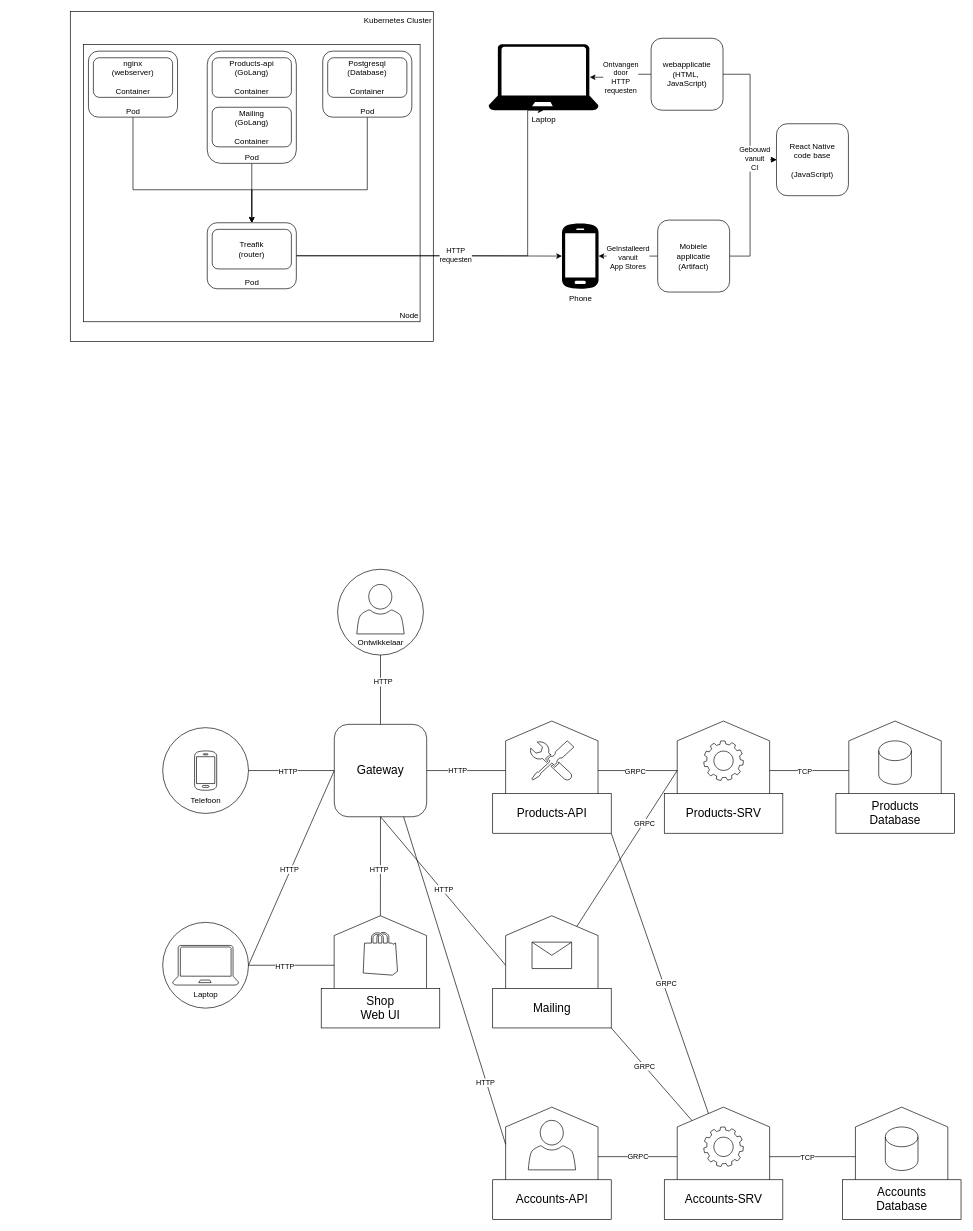
Before: page "Page-10" (10 of 12) of cli app.drawio in luukvankooten/draw.io, a draw.io diagram. Source tidied: cells renumbered, new cells numbered last; positions are measured from the earlier drawing's top-left corner, leaving out a move shared by most shapes. Both pictures are drawn from the tidied source at 66%, with x=0, y=0 at pixel (70, 11).
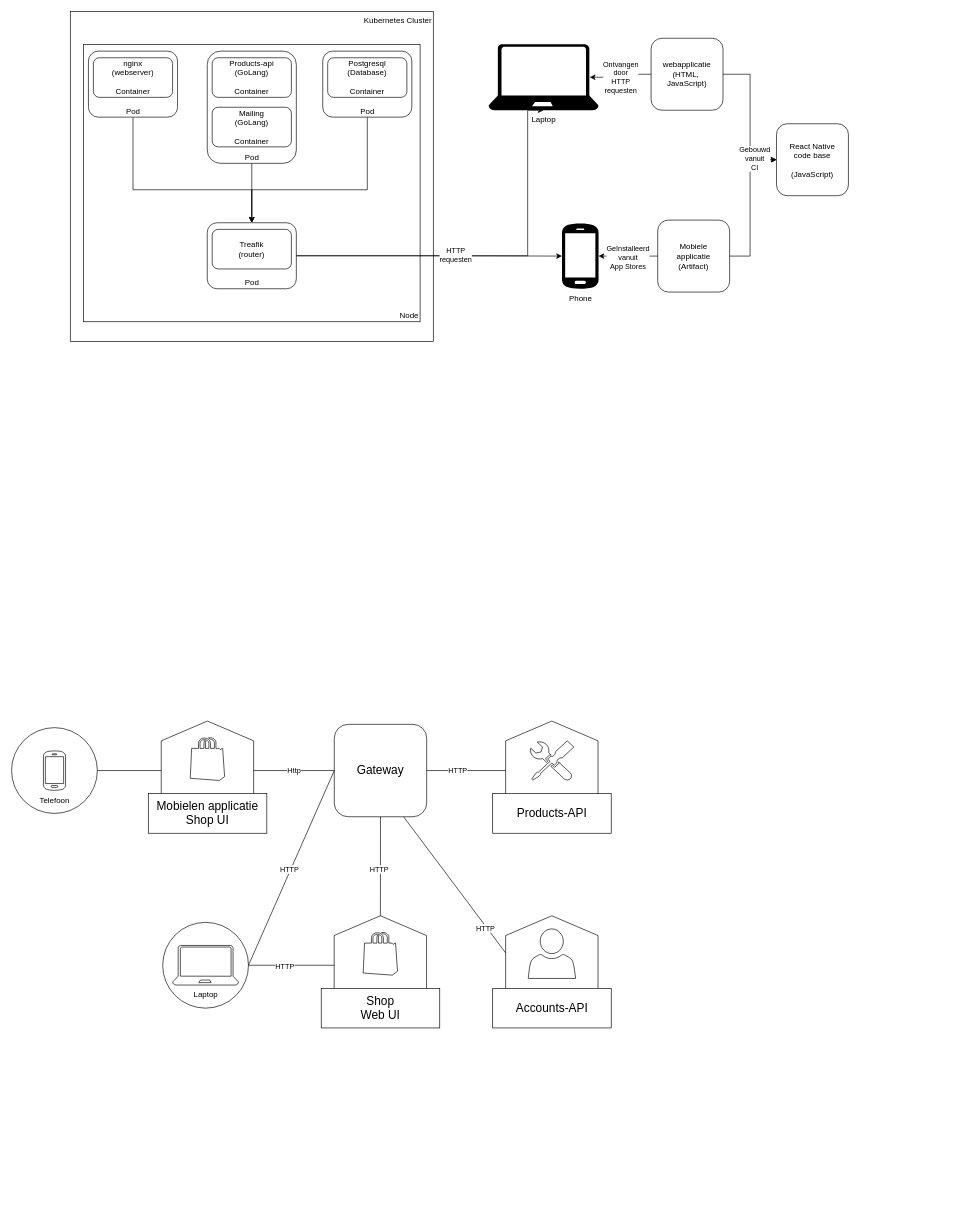
The same diagram, later.

Unchanged cells that the change refers to:
```xml
<mxCell id="42" value="&lt;div style=&quot;font-size: 18px;&quot;&gt;&lt;font style=&quot;font-size: 18px;&quot;&gt;Gateway&lt;font style=&quot;font-size: 18px;&quot;&gt;&lt;br&gt;&lt;/font&gt;&lt;/font&gt;&lt;/div&gt;" style="rounded=1;whiteSpace=wrap;html=1;fillColor=none;" parent="1" vertex="1">
  <mxGeometry x="400" y="1080" width="140" height="140" as="geometry" />
</mxCell>
<mxCell id="48" style="shape=hexagon;perimeter=hexagonPerimeter2;whiteSpace=wrap;html=1;fixedSize=1;rotation=90;size=30;fillColor=none;" parent="47" vertex="1">
  <mxGeometry x="14.6" y="5" width="150" height="140" as="geometry" />
</mxCell>
<mxCell id="49" value="&lt;font style=&quot;font-size: 18px;&quot;&gt;Products-API&lt;/font&gt;" style="rounded=0;whiteSpace=wrap;html=1;fillColor=default;" parent="47" vertex="1">
  <mxGeometry y="110" width="179.6" height="60" as="geometry" />
</mxCell>
<mxCell id="85" style="shape=hexagon;perimeter=hexagonPerimeter2;whiteSpace=wrap;html=1;fixedSize=1;rotation=90;size=30;fillColor=none;" parent="84" vertex="1">
  <mxGeometry x="14.6" y="5" width="150" height="140" as="geometry" />
</mxCell>
```

Diff of the diagram source:
```diff
@@
-    <mxCell id="34" style="group;" parent="1" vertex="1">
-      <mxGeometry x="140" y="1085" width="130" height="130" as="geometry" />
-    </mxCell>
-    <mxCell id="35" style="ellipse;whiteSpace=wrap;html=1;fillColor=none;" parent="34" vertex="1">
-      <mxGeometry width="130" height="130" as="geometry" />
-    </mxCell>
-    <mxCell id="36" style="group;" parent="34" vertex="1">
-      <mxGeometry width="130" height="130" as="geometry" />
-    </mxCell>
-    <mxCell id="37" value="Telefoon" style="sketch=0;shadow=0;dashed=0;html=1;strokeColor=default;fillColor=none;labelPosition=center;verticalLabelPosition=bottom;verticalAlign=top;align=center;shape=mxgraph.office.devices.cell_phone_android_proportional;" parent="36" vertex="1">
-      <mxGeometry x="48.3" y="34.5" width="33.5" height="61" as="geometry" />
-    </mxCell>
@@
+    <mxCell id="103" value="Http" style="edgeStyle=orthogonalEdgeStyle;rounded=0;jettySize=auto;html=1;entryX=0.5;entryY=0;entryDx=0;entryDy=0;endArrow=none;endFill=0;" parent="1" edge="1" source="42" target="105">
+      <mxGeometry relative="1" as="geometry" />
+    </mxCell>
@@
-    <mxCell id="43" style="rounded=0;jettySize=auto;html=1;entryX=0;entryY=0.5;entryDx=0;entryDy=0;endArrow=none;endFill=0;" parent="1" edge="1" source="35" target="42">
-      <mxGeometry relative="1" as="geometry" />
-    </mxCell>
-    <mxCell id="44" value="HTTP" style="edgeLabel;html=1;align=center;verticalAlign=middle;" parent="43" vertex="1">
-      <mxGeometry x="-0.1" relative="1" as="geometry" />
-    </mxCell>
@@
-    <mxCell id="51" style="group;" parent="1" vertex="1">
-      <mxGeometry x="1160" y="1075" width="179.6" height="170" as="geometry" />
-    </mxCell>
-    <mxCell id="52" style="shape=hexagon;perimeter=hexagonPerimeter2;whiteSpace=wrap;html=1;fixedSize=1;rotation=90;size=30;fillColor=none;" parent="51" vertex="1">
-      <mxGeometry x="14.6" y="5" width="150" height="140" as="geometry" />
-    </mxCell>
-    <mxCell id="53" style="shape=cylinder3;whiteSpace=wrap;html=1;boundedLbl=1;backgroundOutline=1;size=15;fillColor=none;" parent="51" vertex="1">
-      <mxGeometry x="64.9" y="30" width="49.5" height="66" as="geometry" />
-    </mxCell>
-    <mxCell id="54" value="&lt;font style=&quot;font-size: 18px;&quot;&gt;Products&lt;/font&gt;&lt;div&gt;&lt;font style=&quot;font-size: 18px;&quot;&gt;Database&lt;/font&gt;&lt;/div&gt;" style="rounded=0;whiteSpace=wrap;html=1;" parent="51" vertex="1">
-      <mxGeometry y="110" width="179.6" height="60" as="geometry" />
-    </mxCell>
@@
-    <mxCell id="63" style="group;" parent="1" vertex="1">
-      <mxGeometry x="640" y="1370" width="179.6" height="170" as="geometry" />
-    </mxCell>
-    <mxCell id="64" style="shape=hexagon;perimeter=hexagonPerimeter2;whiteSpace=wrap;html=1;fixedSize=1;rotation=90;size=30;fillColor=none;" parent="63" vertex="1">
-      <mxGeometry x="14.6" y="5" width="150" height="140" as="geometry" />
-    </mxCell>
-    <mxCell id="65" value="&lt;font style=&quot;font-size: 18px;&quot;&gt;Mailing&lt;/font&gt;" style="rounded=0;whiteSpace=wrap;html=1;" parent="63" vertex="1">
-      <mxGeometry y="110" width="179.6" height="60" as="geometry" />
-    </mxCell>
-    <mxCell id="66" style="shape=message;html=1;html=1;labelPosition=center;verticalLabelPosition=bottom;align=center;verticalAlign=top;fillColor=none;" parent="63" vertex="1">
-      <mxGeometry x="59.6" y="40" width="60" height="40" as="geometry" />
-    </mxCell>
-    <mxCell id="67" style="rounded=0;jettySize=auto;html=1;entryX=0.5;entryY=1;entryDx=0;entryDy=0;endArrow=none;endFill=0;exitX=0.5;exitY=1;exitDx=0;exitDy=0;" parent="1" edge="1" source="64" target="42">
-      <mxGeometry relative="1" as="geometry" />
-    </mxCell>
-    <mxCell id="68" value="HTTP" style="edgeLabel;html=1;align=center;verticalAlign=middle;" parent="67" vertex="1">
-      <mxGeometry x="0.01" y="-3" relative="1" as="geometry" />
-    </mxCell>
-    <mxCell id="69" style="group;" parent="1" vertex="1">
-      <mxGeometry x="405" y="845" width="130" height="130" as="geometry" />
-    </mxCell>
-    <mxCell id="70" style="ellipse;whiteSpace=wrap;html=1;fillColor=none;" parent="69" vertex="1">
-      <mxGeometry width="130" height="130" as="geometry" />
-    </mxCell>
-    <mxCell id="71" value="Ontwikkelaar" style="sketch=0;shadow=0;dashed=0;html=1;strokeColor=default;fillColor=none;labelPosition=center;verticalLabelPosition=bottom;verticalAlign=top;align=center;shape=mxgraph.office.users.user;" parent="69" vertex="1">
-      <mxGeometry x="29.1" y="23" width="71.8" height="75" as="geometry" />
-    </mxCell>
-    <mxCell id="72" style="edgeStyle=orthogonalEdgeStyle;rounded=0;jettySize=auto;html=1;endArrow=none;endFill=0;" parent="1" edge="1" source="70" target="42">
-      <mxGeometry relative="1" as="geometry" />
-    </mxCell>
-    <mxCell id="73" value="HTTP" style="edgeLabel;html=1;align=center;verticalAlign=middle;" parent="72" vertex="1">
-      <mxGeometry x="-0.24" y="3" relative="1" as="geometry" />
-    </mxCell>
-    <mxCell id="74" style="group;" parent="1" vertex="1">
-      <mxGeometry x="900" y="1075" width="179.6" height="170" as="geometry" />
-    </mxCell>
-    <mxCell id="75" style="shape=hexagon;perimeter=hexagonPerimeter2;whiteSpace=wrap;html=1;fixedSize=1;rotation=90;size=30;fillColor=none;" parent="74" vertex="1">
-      <mxGeometry x="14.6" y="5" width="150" height="140" as="geometry" />
-    </mxCell>
-    <mxCell id="76" value="&lt;font style=&quot;font-size: 18px;&quot;&gt;Products-SRV&lt;/font&gt;" style="rounded=0;whiteSpace=wrap;html=1;" parent="74" vertex="1">
-      <mxGeometry y="110" width="179.6" height="60" as="geometry" />
-    </mxCell>
-    <mxCell id="77" style="sketch=0;html=1;strokeColor=default;shadow=0;fillColor=none;verticalAlign=top;labelPosition=center;verticalLabelPosition=bottom;shape=mxgraph.gcp2.gear;" parent="74" vertex="1">
-      <mxGeometry x="59.8" y="30" width="60" height="60" as="geometry" />
-    </mxCell>
-    <mxCell id="78" style="edgeStyle=orthogonalEdgeStyle;rounded=0;jettySize=auto;html=1;entryX=0.5;entryY=1;entryDx=0;entryDy=0;endArrow=none;endFill=0;" parent="1" edge="1" source="48" target="75">
-      <mxGeometry relative="1" as="geometry" />
-    </mxCell>
-    <mxCell id="79" value="GRPC" style="edgeLabel;html=1;align=center;verticalAlign=middle;" parent="78" vertex="1">
-      <mxGeometry x="-0.12" relative="1" as="geometry">
-        <mxPoint x="3" as="offset" />
-      </mxGeometry>
-    </mxCell>
-    <mxCell id="80" style="rounded=0;jettySize=auto;html=1;entryX=0.5;entryY=1;entryDx=0;entryDy=0;endArrow=none;endFill=0;" parent="1" edge="1" source="64" target="75">
-      <mxGeometry relative="1" as="geometry" />
-    </mxCell>
-    <mxCell id="81" value="GRPC" style="edgeLabel;html=1;align=center;verticalAlign=middle;" parent="80" vertex="1">
-      <mxGeometry x="-0.07" y="-5" relative="1" as="geometry">
-        <mxPoint x="27" y="-49" as="offset" />
-      </mxGeometry>
-    </mxCell>
-    <mxCell id="82" style="rounded=0;jettySize=auto;html=1;endArrow=none;endFill=0;" parent="1" edge="1" source="75" target="52">
-      <mxGeometry relative="1" as="geometry" />
-    </mxCell>
-    <mxCell id="83" value="TCP" style="edgeLabel;html=1;align=center;verticalAlign=middle;" parent="82" vertex="1">
-      <mxGeometry x="-0.1" y="-1" relative="1" as="geometry">
-        <mxPoint x="-1" as="offset" />
-      </mxGeometry>
-    </mxCell>
     <mxCell id="84" style="group;" parent="1" vertex="1">
-      <mxGeometry x="640" y="1660" width="179.6" height="170" as="geometry" />
+      <mxGeometry x="640" y="1370" width="179.6" height="170" as="geometry" />
     </mxCell>
@@
-    <mxCell id="88" style="group;" parent="1" vertex="1">
-      <mxGeometry x="900" y="1660" width="179.6" height="170" as="geometry" />
-    </mxCell>
-    <mxCell id="89" style="shape=hexagon;perimeter=hexagonPerimeter2;whiteSpace=wrap;html=1;fixedSize=1;rotation=90;size=30;fillColor=none;" parent="88" vertex="1">
-      <mxGeometry x="14.6" y="5" width="150" height="140" as="geometry" />
-    </mxCell>
-    <mxCell id="90" value="&lt;font style=&quot;font-size: 18px;&quot;&gt;Accounts-SRV&lt;/font&gt;" style="rounded=0;whiteSpace=wrap;html=1;" parent="88" vertex="1">
-      <mxGeometry y="110" width="179.6" height="60" as="geometry" />
-    </mxCell>
-    <mxCell id="91" style="sketch=0;html=1;strokeColor=default;shadow=0;fillColor=none;verticalAlign=top;labelPosition=center;verticalLabelPosition=bottom;shape=mxgraph.gcp2.gear;" parent="88" vertex="1">
-      <mxGeometry x="59.8" y="30" width="60" height="60" as="geometry" />
-    </mxCell>
-    <mxCell id="92" style="group;" parent="1" vertex="1">
-      <mxGeometry x="1170" y="1660" width="179.6" height="170" as="geometry" />
-    </mxCell>
-    <mxCell id="93" style="shape=hexagon;perimeter=hexagonPerimeter2;whiteSpace=wrap;html=1;fixedSize=1;rotation=90;size=30;fillColor=none;" parent="92" vertex="1">
-      <mxGeometry x="14.6" y="5" width="150" height="140" as="geometry" />
-    </mxCell>
-    <mxCell id="94" style="shape=cylinder3;whiteSpace=wrap;html=1;boundedLbl=1;backgroundOutline=1;size=15;fillColor=none;" parent="92" vertex="1">
-      <mxGeometry x="64.9" y="30" width="49.5" height="66" as="geometry" />
-    </mxCell>
-    <mxCell id="95" value="&lt;div&gt;&lt;font style=&quot;font-size: 18px;&quot;&gt;Accounts&lt;/font&gt;&lt;/div&gt;&lt;div&gt;&lt;font style=&quot;font-size: 18px;&quot;&gt;Database&lt;/font&gt;&lt;/div&gt;" style="rounded=0;whiteSpace=wrap;html=1;" parent="92" vertex="1">
-      <mxGeometry y="110" width="179.6" height="60" as="geometry" />
-    </mxCell>
-    <mxCell id="96" value="GRPC" style="edgeStyle=orthogonalEdgeStyle;rounded=0;jettySize=auto;html=1;entryX=0.5;entryY=1;entryDx=0;entryDy=0;endArrow=none;endFill=0;" parent="1" edge="1" source="85" target="89">
-      <mxGeometry relative="1" as="geometry" />
-    </mxCell>
-    <mxCell id="97" style="rounded=0;jettySize=auto;html=1;entryX=1;entryY=1;entryDx=0;entryDy=0;endArrow=none;endFill=0;" parent="1" edge="1" source="89" target="65">
-      <mxGeometry relative="1" as="geometry" />
-    </mxCell>
-    <mxCell id="98" value="GRPC" style="edgeLabel;html=1;align=center;verticalAlign=middle;" parent="97" vertex="1">
-      <mxGeometry x="0.17" y="1" relative="1" as="geometry">
-        <mxPoint y="-1" as="offset" />
-      </mxGeometry>
-    </mxCell>
-    <mxCell id="99" style="edgeStyle=orthogonalEdgeStyle;rounded=0;jettySize=auto;html=1;entryX=0.5;entryY=1;entryDx=0;entryDy=0;endArrow=none;endFill=0;" parent="1" edge="1" source="89" target="93">
-      <mxGeometry relative="1" as="geometry" />
-    </mxCell>
-    <mxCell id="100" value="TCP" style="edgeLabel;html=1;align=center;verticalAlign=middle;" parent="99" vertex="1">
-      <mxGeometry x="-0.11" y="-1" relative="1" as="geometry">
-        <mxPoint x="-1" as="offset" />
-      </mxGeometry>
-    </mxCell>
-    <mxCell id="101" style="rounded=0;jettySize=auto;html=1;entryX=1;entryY=1;entryDx=0;entryDy=0;endArrow=none;endFill=0;" parent="1" edge="1" source="89" target="49">
-      <mxGeometry relative="1" as="geometry" />
-    </mxCell>
-    <mxCell id="102" value="GRPC" style="edgeLabel;html=1;align=center;verticalAlign=middle;" parent="101" vertex="1">
-      <mxGeometry x="-0.08" y="-4" relative="1" as="geometry" />
-    </mxCell>
+    <mxCell id="104" style="group;" parent="1" vertex="1">
+      <mxGeometry x="118.2" y="1075" width="179.6" height="170" as="geometry" />
+    </mxCell>
+    <mxCell id="105" style="shape=hexagon;perimeter=hexagonPerimeter2;whiteSpace=wrap;html=1;fixedSize=1;rotation=90;size=30;fillColor=none;" parent="104" vertex="1">
+      <mxGeometry x="14.6" y="5" width="150" height="140" as="geometry" />
+    </mxCell>
+    <mxCell id="106" value="&lt;div style=&quot;font-size: 18px;&quot;&gt;&lt;font style=&quot;font-size: 18px;&quot;&gt;Mobielen applicatie&lt;/font&gt;&lt;/div&gt;&lt;div style=&quot;font-size: 18px;&quot;&gt;&lt;font style=&quot;font-size: 18px;&quot;&gt;Shop UI&lt;/font&gt;&lt;/div&gt;" style="rounded=0;whiteSpace=wrap;html=1;" parent="104" vertex="1">
+      <mxGeometry y="110" width="179.6" height="60" as="geometry" />
+    </mxCell>
+    <mxCell id="107" style="verticalLabelPosition=bottom;html=1;verticalAlign=top;align=center;strokeColor=default;fillColor=none;shape=mxgraph.azure.azure_marketplace;" parent="104" vertex="1">
+      <mxGeometry x="63.6" y="25" width="52" height="65" as="geometry" />
+    </mxCell>
+    <mxCell id="108" style="edgeStyle=orthogonalEdgeStyle;rounded=0;jettySize=auto;html=1;endArrow=none;endFill=0;" parent="1" edge="1" source="105" target="35">
+      <mxGeometry relative="1" as="geometry" />
+    </mxCell>
+    <mxCell id="36" style="group;" parent="1" vertex="1">
+      <mxGeometry x="-89" y="1085" width="130" height="130" as="geometry" />
+    </mxCell>
+    <mxCell id="37" value="Telefoon" style="sketch=0;shadow=0;dashed=0;html=1;strokeColor=default;fillColor=none;labelPosition=center;verticalLabelPosition=bottom;verticalAlign=top;align=center;shape=mxgraph.office.devices.cell_phone_android_proportional;" parent="36" vertex="1">
+      <mxGeometry x="48.3" y="34.5" width="33.5" height="61" as="geometry" />
+    </mxCell>
+    <mxCell id="35" style="ellipse;whiteSpace=wrap;html=1;fillColor=none;" parent="1" vertex="1">
+      <mxGeometry x="-89" y="1085" width="130" height="130" as="geometry" />
+    </mxCell>
```
